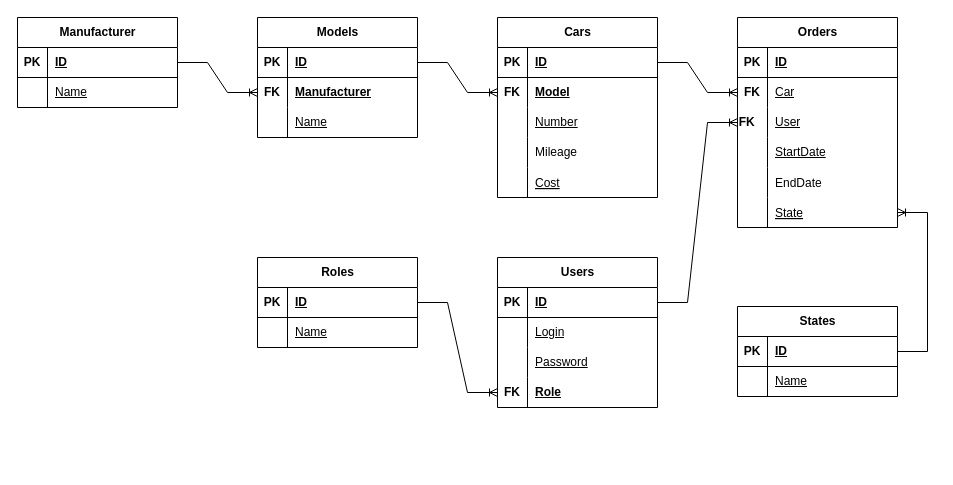
Above: attachments/ER Diagram.drawio in G82ft/edu-pract-24 (draw.io), before the change. Source tidied: cells renumbered, new cells numbered last; positions are measured from the earlier drawing's top-left corner, leaving out a move shared by most shapes. Both pictures are drawn from the tidied source at 100%, with x=0, y=0 at pixel (17, 17).
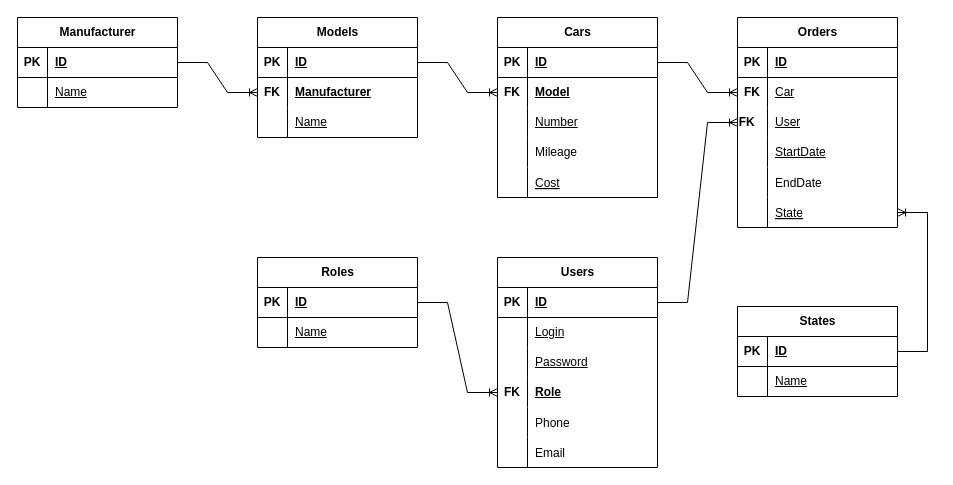
The same diagram, later.

The edit, as a diff of the source:
```diff
@@
     <mxCell id="35" value="Users" style="shape=table;startSize=30;childLayout=tableLayout;rowLines=0;fontStyle=1;align=center;html=1;" parent="1" vertex="1">
-      <mxGeometry x="480" y="240" width="160" height="150" as="geometry" />
+      <mxGeometry x="480" y="240" width="160" height="210" as="geometry" />
     </mxCell>
@@
+    <mxCell id="87" style="shape=tableRow;horizontal=0;startSize=0;swimlaneHead=0;swimlaneBody=0;fillColor=none;top=0;left=0;right=0;bottom=0;" parent="35" vertex="1">
+      <mxGeometry y="150" width="160" height="30" as="geometry" />
+    </mxCell>
+    <mxCell id="88" style="shape=partialRectangle;fillColor=none;top=0;left=0;bottom=0;right=0;overflow=hidden;" parent="87" vertex="1">
+      <mxGeometry width="30" height="30" as="geometry" />
+    </mxCell>
+    <mxCell id="89" value="Phone" style="shape=partialRectangle;fillColor=none;top=0;left=0;bottom=0;right=0;align=left;spacingLeft=6;overflow=hidden;" parent="87" vertex="1">
+      <mxGeometry x="30" width="130" height="30" as="geometry" />
+    </mxCell>
+    <mxCell id="90" style="shape=tableRow;horizontal=0;startSize=0;swimlaneHead=0;swimlaneBody=0;fillColor=none;top=0;left=0;right=0;bottom=0;" parent="35" vertex="1">
+      <mxGeometry y="180" width="160" height="30" as="geometry" />
+    </mxCell>
+    <mxCell id="91" style="shape=partialRectangle;fillColor=none;top=0;left=0;bottom=0;right=0;overflow=hidden;" parent="90" vertex="1">
+      <mxGeometry width="30" height="30" as="geometry" />
+    </mxCell>
+    <mxCell id="92" value="Email" style="shape=partialRectangle;fillColor=none;top=0;left=0;bottom=0;right=0;align=left;spacingLeft=6;overflow=hidden;" parent="90" vertex="1">
+      <mxGeometry x="30" width="130" height="30" as="geometry" />
+    </mxCell>
```
